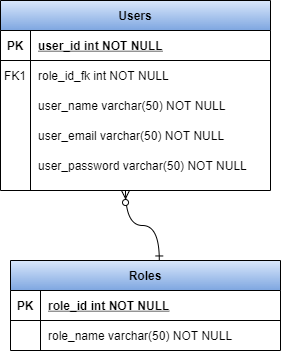
The draw.io diagram database/users-permissions-logicmodel.png in AdriLorenz/School-chamber, before a commit. Source tidied: cells renumbered, new cells last; positions are measured from the earlier drawing's top-left corner, leaving out a move shared by most shapes. Source of this version:
```xml
<mxGraphModel>
  <root>
    <mxCell id="0" />
    <mxCell id="1" parent="0" />
    <mxCell id="2" value="Roles" style="shape=table;startSize=30;rowLines=0;fontStyle=1;align=center;fillColor=#dae8fc;strokeColor=default;gradientColor=#7ea6e0;fontColor=default;" parent="1" vertex="1">
      <mxGeometry x="10" y="260" width="270" height="90" as="geometry" />
    </mxCell>
    <mxCell id="3" style="shape=partialRectangle;fillColor=none;top=0;left=0;right=0;bottom=1;" parent="2" vertex="1">
      <mxGeometry y="30" width="270" height="30" as="geometry" />
    </mxCell>
    <mxCell id="4" value="PK" style="shape=partialRectangle;overflow=hidden;fillColor=none;top=0;left=0;bottom=0;right=0;fontStyle=1;" parent="3" vertex="1">
      <mxGeometry width="30" height="30" as="geometry" />
    </mxCell>
    <mxCell id="5" value="role_id int NOT NULL " style="shape=partialRectangle;overflow=hidden;fillColor=none;top=0;left=0;bottom=0;right=0;align=left;spacingLeft=6;fontStyle=5;fontColor=default;" parent="3" vertex="1">
      <mxGeometry x="30" width="240" height="30" as="geometry" />
    </mxCell>
    <mxCell id="6" style="shape=partialRectangle;fillColor=none;top=0;left=0;right=0;bottom=0;" parent="2" vertex="1">
      <mxGeometry y="60" width="270" height="30" as="geometry" />
    </mxCell>
    <mxCell id="7" style="shape=partialRectangle;overflow=hidden;fillColor=none;top=0;left=0;bottom=0;right=0;fontColor=default;" parent="6" vertex="1">
      <mxGeometry width="30" height="30" as="geometry" />
    </mxCell>
    <mxCell id="8" value="role_name varchar(50) NOT NULL" style="shape=partialRectangle;overflow=hidden;fillColor=none;top=0;left=0;bottom=0;right=0;align=left;spacingLeft=6;fontColor=default;" parent="6" vertex="1">
      <mxGeometry x="30" width="240" height="30" as="geometry" />
    </mxCell>
    <mxCell id="9" value="Users" style="shape=table;startSize=30;rowLines=0;fontStyle=1;align=center;fillColor=#dae8fc;gradientColor=#7ea6e0;strokeColor=default;fontColor=default;" parent="1" vertex="1">
      <mxGeometry width="270" height="190" as="geometry" />
    </mxCell>
    <mxCell id="10" style="shape=partialRectangle;fillColor=none;top=0;left=0;right=0;bottom=1;" parent="9" vertex="1">
      <mxGeometry y="30" width="270" height="30" as="geometry" />
    </mxCell>
    <mxCell id="11" value="PK" style="shape=partialRectangle;overflow=hidden;fillColor=none;top=0;left=0;bottom=0;right=0;fontStyle=1;" parent="10" vertex="1">
      <mxGeometry width="30" height="30" as="geometry" />
    </mxCell>
    <mxCell id="12" value="user_id int NOT NULL " style="shape=partialRectangle;overflow=hidden;fillColor=none;top=0;left=0;bottom=0;right=0;align=left;spacingLeft=6;fontStyle=5;fontColor=default;" parent="10" vertex="1">
      <mxGeometry x="30" width="240" height="30" as="geometry" />
    </mxCell>
    <mxCell id="13" style="shape=partialRectangle;fillColor=none;top=0;left=0;right=0;bottom=0;strokeColor=default;fontColor=default;" parent="9" vertex="1">
      <mxGeometry y="60" width="270" height="30" as="geometry" />
    </mxCell>
    <mxCell id="14" value="FK1" style="shape=partialRectangle;overflow=hidden;fillColor=none;top=0;left=0;bottom=0;right=0;fontColor=default;" parent="13" vertex="1">
      <mxGeometry width="30" height="30" as="geometry" />
    </mxCell>
    <mxCell id="15" value="role_id_fk int NOT NULL" style="shape=partialRectangle;overflow=hidden;fillColor=none;top=0;left=0;bottom=0;right=0;align=left;spacingLeft=6;fontColor=default;strokeColor=default;" parent="13" vertex="1">
      <mxGeometry x="30" width="240" height="30" as="geometry" />
    </mxCell>
    <mxCell id="16" style="shape=partialRectangle;fillColor=none;top=0;left=0;right=0;bottom=0;" parent="9" vertex="1">
      <mxGeometry y="90" width="270" height="30" as="geometry" />
    </mxCell>
    <mxCell id="17" style="shape=partialRectangle;overflow=hidden;fillColor=none;top=0;left=0;bottom=0;right=0;" parent="16" vertex="1">
      <mxGeometry width="30" height="30" as="geometry" />
    </mxCell>
    <mxCell id="18" value="user_name varchar(50) NOT NULL" style="shape=partialRectangle;overflow=hidden;fillColor=none;top=0;left=0;bottom=0;right=0;align=left;spacingLeft=6;fontColor=default;" parent="16" vertex="1">
      <mxGeometry x="30" width="240" height="30" as="geometry" />
    </mxCell>
    <mxCell id="19" style="shape=partialRectangle;fillColor=none;points=[[0,0.5],[1,0.5]];portConstraint=eastwest;top=0;left=0;right=0;bottom=0;" parent="9" vertex="1">
      <mxGeometry y="120" width="270" height="30" as="geometry" />
    </mxCell>
    <mxCell id="20" style="shape=partialRectangle;overflow=hidden;fillColor=none;top=0;left=0;bottom=0;right=0;" parent="19" vertex="1">
      <mxGeometry width="30" height="30" as="geometry" />
    </mxCell>
    <mxCell id="21" value="user_email varchar(50) NOT NULL" style="shape=partialRectangle;overflow=hidden;fillColor=none;top=0;left=0;bottom=0;right=0;align=left;spacingLeft=6;fontColor=default;strokeColor=default;" parent="19" vertex="1">
      <mxGeometry x="30" width="240" height="30" as="geometry" />
    </mxCell>
    <mxCell id="22" style="shape=partialRectangle;fillColor=none;top=0;left=0;right=0;bottom=0;strokeColor=default;fontColor=default;" parent="9" vertex="1">
      <mxGeometry y="150" width="270" height="30" as="geometry" />
    </mxCell>
    <mxCell id="23" style="shape=partialRectangle;overflow=hidden;fillColor=none;top=0;left=0;bottom=0;right=0;" parent="22" vertex="1">
      <mxGeometry width="30" height="30" as="geometry" />
    </mxCell>
    <mxCell id="24" value="user_password varchar(50) NOT NULL" style="shape=partialRectangle;overflow=hidden;fillColor=none;top=0;left=0;bottom=0;right=0;align=left;spacingLeft=6;fontColor=default;strokeColor=default;" parent="22" vertex="1">
      <mxGeometry x="30" width="240" height="30" as="geometry" />
    </mxCell>
    <mxCell id="25" style="edgeStyle=orthogonalEdgeStyle;endArrow=ERzeroToMany;startArrow=ERone;endFill=1;startFill=0;exitX=0.551;exitY=-0.006;exitDx=0;exitDy=0;targetPerimeterSpacing=0;shadow=0;jumpStyle=none;curved=1;exitPerimeter=0;strokeColor=default;labelBackgroundColor=default;fontColor=default;" parent="1" edge="1" source="2">
      <mxGeometry relative="1" as="geometry">
        <mxPoint x="125" y="190" as="targetPoint" />
      </mxGeometry>
    </mxCell>
  </root>
</mxGraphModel>
```
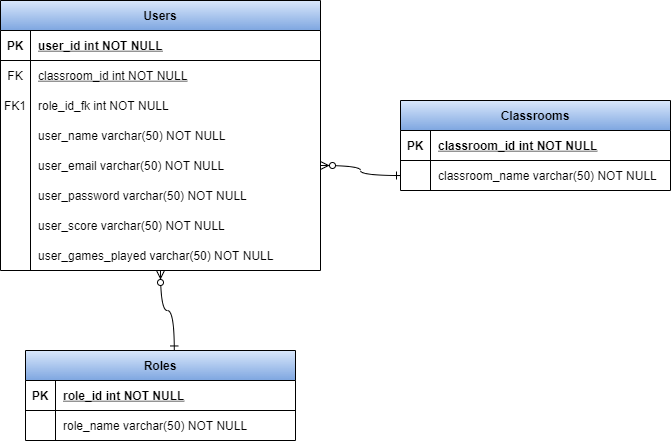
Above is the later version.

Diff of the diagram source:
```diff
@@ -3,7 +3,7 @@
     <mxCell id="0" />
     <mxCell id="1" parent="0" />
     <mxCell id="2" value="Roles" style="shape=table;startSize=30;rowLines=0;fontStyle=1;align=center;fillColor=#dae8fc;strokeColor=default;gradientColor=#7ea6e0;fontColor=default;" parent="1" vertex="1">
-      <mxGeometry x="10" y="260" width="270" height="90" as="geometry" />
+      <mxGeometry x="-15" y="370" width="270" height="90" as="geometry" />
     </mxCell>
     <mxCell id="3" style="shape=partialRectangle;fillColor=none;top=0;left=0;right=0;bottom=1;" parent="2" vertex="1">
       <mxGeometry y="30" width="270" height="30" as="geometry" />
@@ -24,57 +24,112 @@
       <mxGeometry x="30" width="240" height="30" as="geometry" />
     </mxCell>
     <mxCell id="9" value="Users" style="shape=table;startSize=30;rowLines=0;fontStyle=1;align=center;fillColor=#dae8fc;gradientColor=#7ea6e0;strokeColor=default;fontColor=default;" parent="1" vertex="1">
-      <mxGeometry width="270" height="190" as="geometry" />
+      <mxGeometry x="-40" y="20" width="320" height="270" as="geometry" />
     </mxCell>
     <mxCell id="10" style="shape=partialRectangle;fillColor=none;top=0;left=0;right=0;bottom=1;" parent="9" vertex="1">
-      <mxGeometry y="30" width="270" height="30" as="geometry" />
+      <mxGeometry y="30" width="320" height="30" as="geometry" />
     </mxCell>
     <mxCell id="11" value="PK" style="shape=partialRectangle;overflow=hidden;fillColor=none;top=0;left=0;bottom=0;right=0;fontStyle=1;" parent="10" vertex="1">
       <mxGeometry width="30" height="30" as="geometry" />
     </mxCell>
     <mxCell id="12" value="user_id int NOT NULL " style="shape=partialRectangle;overflow=hidden;fillColor=none;top=0;left=0;bottom=0;right=0;align=left;spacingLeft=6;fontStyle=5;fontColor=default;" parent="10" vertex="1">
-      <mxGeometry x="30" width="240" height="30" as="geometry" />
+      <mxGeometry x="30" width="290" height="30" as="geometry" />
     </mxCell>
+    <mxCell id="26" style="shape=partialRectangle;fillColor=none;top=0;left=0;right=0;bottom=1;strokeColor=none;" parent="9" vertex="1">
+      <mxGeometry y="60" width="320" height="30" as="geometry" />
+    </mxCell>
+    <mxCell id="27" value="FK" style="shape=partialRectangle;overflow=hidden;fillColor=none;top=0;left=0;bottom=0;right=0;fontStyle=0;" parent="26" vertex="1">
+      <mxGeometry width="30" height="30" as="geometry" />
+    </mxCell>
+    <mxCell id="28" value="classroom_id int NOT NULL " style="shape=partialRectangle;overflow=hidden;fillColor=none;top=0;left=0;bottom=0;right=0;align=left;spacingLeft=6;fontStyle=4;fontColor=default;strokeWidth=0;" parent="26" vertex="1">
+      <mxGeometry x="30" width="290" height="30" as="geometry" />
+    </mxCell>
     <mxCell id="13" style="shape=partialRectangle;fillColor=none;top=0;left=0;right=0;bottom=0;strokeColor=default;fontColor=default;" parent="9" vertex="1">
-      <mxGeometry y="60" width="270" height="30" as="geometry" />
+      <mxGeometry y="90" width="320" height="30" as="geometry" />
     </mxCell>
     <mxCell id="14" value="FK1" style="shape=partialRectangle;overflow=hidden;fillColor=none;top=0;left=0;bottom=0;right=0;fontColor=default;" parent="13" vertex="1">
       <mxGeometry width="30" height="30" as="geometry" />
     </mxCell>
     <mxCell id="15" value="role_id_fk int NOT NULL" style="shape=partialRectangle;overflow=hidden;fillColor=none;top=0;left=0;bottom=0;right=0;align=left;spacingLeft=6;fontColor=default;strokeColor=default;" parent="13" vertex="1">
-      <mxGeometry x="30" width="240" height="30" as="geometry" />
+      <mxGeometry x="30" width="290" height="30" as="geometry" />
     </mxCell>
     <mxCell id="16" style="shape=partialRectangle;fillColor=none;top=0;left=0;right=0;bottom=0;" parent="9" vertex="1">
-      <mxGeometry y="90" width="270" height="30" as="geometry" />
+      <mxGeometry y="120" width="320" height="30" as="geometry" />
     </mxCell>
     <mxCell id="17" style="shape=partialRectangle;overflow=hidden;fillColor=none;top=0;left=0;bottom=0;right=0;" parent="16" vertex="1">
       <mxGeometry width="30" height="30" as="geometry" />
     </mxCell>
     <mxCell id="18" value="user_name varchar(50) NOT NULL" style="shape=partialRectangle;overflow=hidden;fillColor=none;top=0;left=0;bottom=0;right=0;align=left;spacingLeft=6;fontColor=default;" parent="16" vertex="1">
-      <mxGeometry x="30" width="240" height="30" as="geometry" />
+      <mxGeometry x="30" width="290" height="30" as="geometry" />
     </mxCell>
     <mxCell id="19" style="shape=partialRectangle;fillColor=none;points=[[0,0.5],[1,0.5]];portConstraint=eastwest;top=0;left=0;right=0;bottom=0;" parent="9" vertex="1">
-      <mxGeometry y="120" width="270" height="30" as="geometry" />
+      <mxGeometry y="150" width="320" height="30" as="geometry" />
     </mxCell>
     <mxCell id="20" style="shape=partialRectangle;overflow=hidden;fillColor=none;top=0;left=0;bottom=0;right=0;" parent="19" vertex="1">
       <mxGeometry width="30" height="30" as="geometry" />
     </mxCell>
     <mxCell id="21" value="user_email varchar(50) NOT NULL" style="shape=partialRectangle;overflow=hidden;fillColor=none;top=0;left=0;bottom=0;right=0;align=left;spacingLeft=6;fontColor=default;strokeColor=default;" parent="19" vertex="1">
-      <mxGeometry x="30" width="240" height="30" as="geometry" />
+      <mxGeometry x="30" width="290" height="30" as="geometry" />
     </mxCell>
+    <mxCell id="29" style="shape=partialRectangle;fillColor=none;top=0;left=0;right=0;bottom=0;strokeColor=default;fontColor=default;" parent="9" vertex="1">
+      <mxGeometry y="180" width="320" height="30" as="geometry" />
+    </mxCell>
+    <mxCell id="30" style="shape=partialRectangle;overflow=hidden;fillColor=none;top=0;left=0;bottom=0;right=0;" parent="29" vertex="1">
+      <mxGeometry width="30" height="30" as="geometry" />
+    </mxCell>
+    <mxCell id="31" value="user_password varchar(50) NOT NULL" style="shape=partialRectangle;overflow=hidden;fillColor=none;top=0;left=0;bottom=0;right=0;align=left;spacingLeft=6;fontColor=default;strokeColor=default;" parent="29" vertex="1">
+      <mxGeometry x="30" width="290" height="30" as="geometry" />
+    </mxCell>
+    <mxCell id="32" style="shape=partialRectangle;fillColor=none;top=0;left=0;right=0;bottom=0;strokeColor=default;fontColor=default;" parent="9" vertex="1">
+      <mxGeometry y="210" width="320" height="30" as="geometry" />
+    </mxCell>
+    <mxCell id="33" style="shape=partialRectangle;overflow=hidden;fillColor=none;top=0;left=0;bottom=0;right=0;" parent="32" vertex="1">
+      <mxGeometry width="30" height="30" as="geometry" />
+    </mxCell>
+    <mxCell id="34" value="user_score varchar(50) NOT NULL" style="shape=partialRectangle;overflow=hidden;fillColor=none;top=0;left=0;bottom=0;right=0;align=left;spacingLeft=6;fontColor=default;strokeColor=default;" parent="32" vertex="1">
+      <mxGeometry x="30" width="290" height="30" as="geometry" />
+    </mxCell>
     <mxCell id="22" style="shape=partialRectangle;fillColor=none;top=0;left=0;right=0;bottom=0;strokeColor=default;fontColor=default;" parent="9" vertex="1">
-      <mxGeometry y="150" width="270" height="30" as="geometry" />
+      <mxGeometry y="240" width="320" height="30" as="geometry" />
     </mxCell>
     <mxCell id="23" style="shape=partialRectangle;overflow=hidden;fillColor=none;top=0;left=0;bottom=0;right=0;" parent="22" vertex="1">
       <mxGeometry width="30" height="30" as="geometry" />
     </mxCell>
-    <mxCell id="24" value="user_password varchar(50) NOT NULL" style="shape=partialRectangle;overflow=hidden;fillColor=none;top=0;left=0;bottom=0;right=0;align=left;spacingLeft=6;fontColor=default;strokeColor=default;" parent="22" vertex="1">
-      <mxGeometry x="30" width="240" height="30" as="geometry" />
+    <mxCell id="24" value="user_games_played varchar(50) NOT NULL" style="shape=partialRectangle;overflow=hidden;fillColor=none;top=0;left=0;bottom=0;right=0;align=left;spacingLeft=6;fontColor=default;strokeColor=default;" parent="22" vertex="1">
+      <mxGeometry x="30" width="290" height="30" as="geometry" />
     </mxCell>
-    <mxCell id="25" style="edgeStyle=orthogonalEdgeStyle;endArrow=ERzeroToMany;startArrow=ERone;endFill=1;startFill=0;exitX=0.551;exitY=-0.006;exitDx=0;exitDy=0;targetPerimeterSpacing=0;shadow=0;jumpStyle=none;curved=1;exitPerimeter=0;strokeColor=default;labelBackgroundColor=default;fontColor=default;" parent="1" edge="1" source="2">
-      <mxGeometry relative="1" as="geometry">
-        <mxPoint x="125" y="190" as="targetPoint" />
-      </mxGeometry>
+    <mxCell id="25" style="edgeStyle=orthogonalEdgeStyle;endArrow=ERzeroToMany;startArrow=ERone;endFill=1;startFill=0;exitX=0.551;exitY=-0.006;exitDx=0;exitDy=0;targetPerimeterSpacing=0;shadow=0;jumpStyle=none;curved=1;exitPerimeter=0;strokeColor=default;labelBackgroundColor=default;fontColor=default;entryX=0.5;entryY=1;entryDx=0;entryDy=0;" parent="1" edge="1" source="2" target="9">
+      <mxGeometry relative="1" as="geometry" />
     </mxCell>
+    <mxCell id="35" value="Classrooms" style="shape=table;startSize=30;rowLines=0;fontStyle=1;align=center;fillColor=#dae8fc;strokeColor=default;gradientColor=#7ea6e0;fontColor=default;" parent="1" vertex="1">
+      <mxGeometry x="360" y="120" width="270" height="90" as="geometry" />
+    </mxCell>
+    <mxCell id="36" style="shape=partialRectangle;fillColor=none;top=0;left=0;right=0;bottom=1;" parent="35" vertex="1">
+      <mxGeometry y="30" width="270" height="30" as="geometry" />
+    </mxCell>
+    <mxCell id="37" value="PK" style="shape=partialRectangle;overflow=hidden;fillColor=none;top=0;left=0;bottom=0;right=0;fontStyle=1;" parent="36" vertex="1">
+      <mxGeometry width="30" height="30" as="geometry" />
+    </mxCell>
+    <mxCell id="38" value="classroom_id int NOT NULL " style="shape=partialRectangle;overflow=hidden;fillColor=none;top=0;left=0;bottom=0;right=0;align=left;spacingLeft=6;fontStyle=5;fontColor=default;" parent="36" vertex="1">
+      <mxGeometry x="30" width="240" height="30" as="geometry" />
+    </mxCell>
+    <mxCell id="39" style="shape=partialRectangle;fillColor=none;points=[[0,0.5],[1,0.5]];portConstraint=eastwest;top=0;left=0;right=0;bottom=0;" parent="35" vertex="1">
+      <mxGeometry y="60" width="270" height="30" as="geometry" />
+    </mxCell>
+    <mxCell id="40" style="shape=partialRectangle;overflow=hidden;fillColor=none;top=0;left=0;bottom=0;right=0;fontColor=default;" parent="39" vertex="1">
+      <mxGeometry width="30" height="30" as="geometry" />
+    </mxCell>
+    <mxCell id="41" value="classroom_name varchar(50) NOT NULL" style="shape=partialRectangle;overflow=hidden;fillColor=none;top=0;left=0;bottom=0;right=0;align=left;spacingLeft=6;fontColor=default;" parent="39" vertex="1">
+      <mxGeometry x="30" width="240" height="30" as="geometry" />
+    </mxCell>
+    <mxCell id="42" style="edgeStyle=orthogonalEdgeStyle;endArrow=ERzeroToMany;startArrow=ERone;endFill=1;startFill=0;targetPerimeterSpacing=0;shadow=0;jumpStyle=none;curved=1;strokeColor=default;labelBackgroundColor=default;fontColor=default;" parent="1" edge="1" source="39" target="19">
+      <mxGeometry relative="1" as="geometry" />
+    </mxCell>
+    <mxCell id="43" style="shape=partialRectangle;fillColor=none;top=0;left=0;right=0;bottom=0;strokeColor=default;fontColor=default;" parent="1" vertex="1">
+      <mxGeometry x="-40" y="260" width="320" height="30" as="geometry" />
+    </mxCell>
+    <mxCell id="44" style="shape=partialRectangle;overflow=hidden;fillColor=none;top=0;left=0;bottom=0;right=0;" parent="43" vertex="1">
+      <mxGeometry width="30" height="30" as="geometry" />
+    </mxCell>
   </root>
 </mxGraphModel>
```
